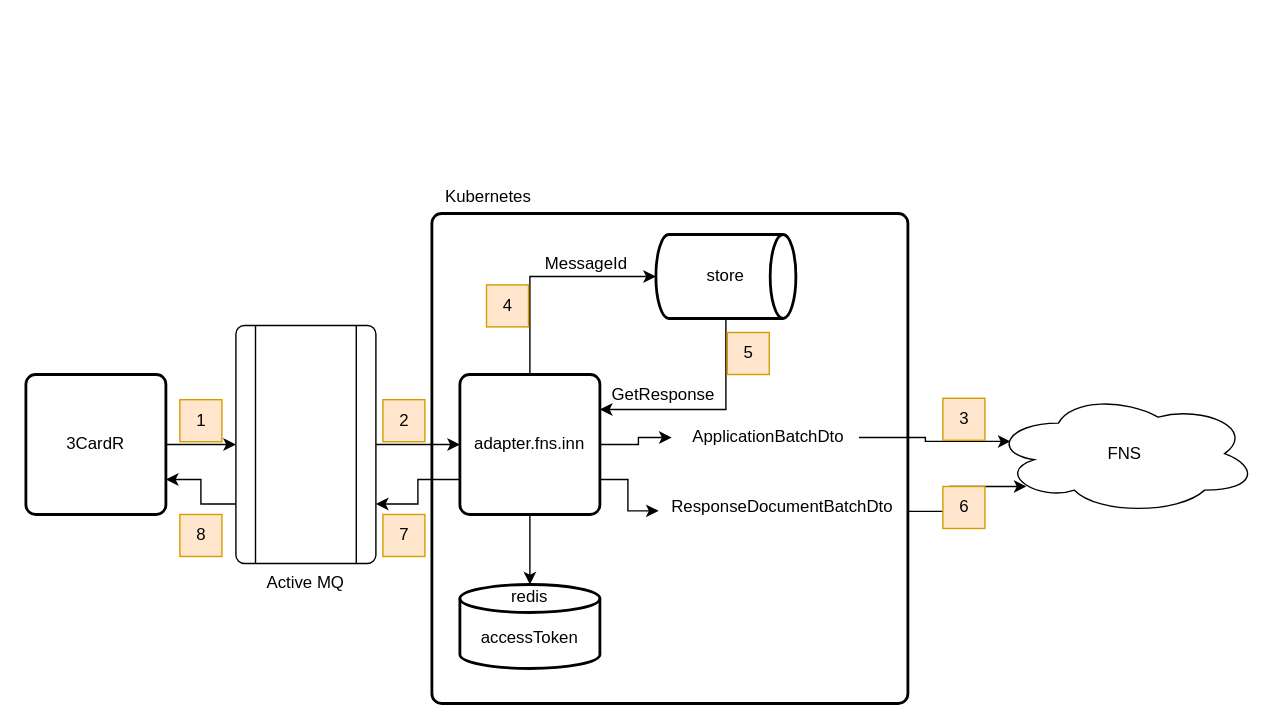
Above: docs/adapter-fns-inn.drawio in LenaLeonteva/OtusHW14Auth (draw.io), before the change. Source tidied: cells renumbered, new cells numbered last; positions are measured from the earlier drawing's top-left corner, leaving out a move shared by most shapes. Both pictures are drawn from the tidied source at 140%, with x=0, y=0 at pixel (25, 175).
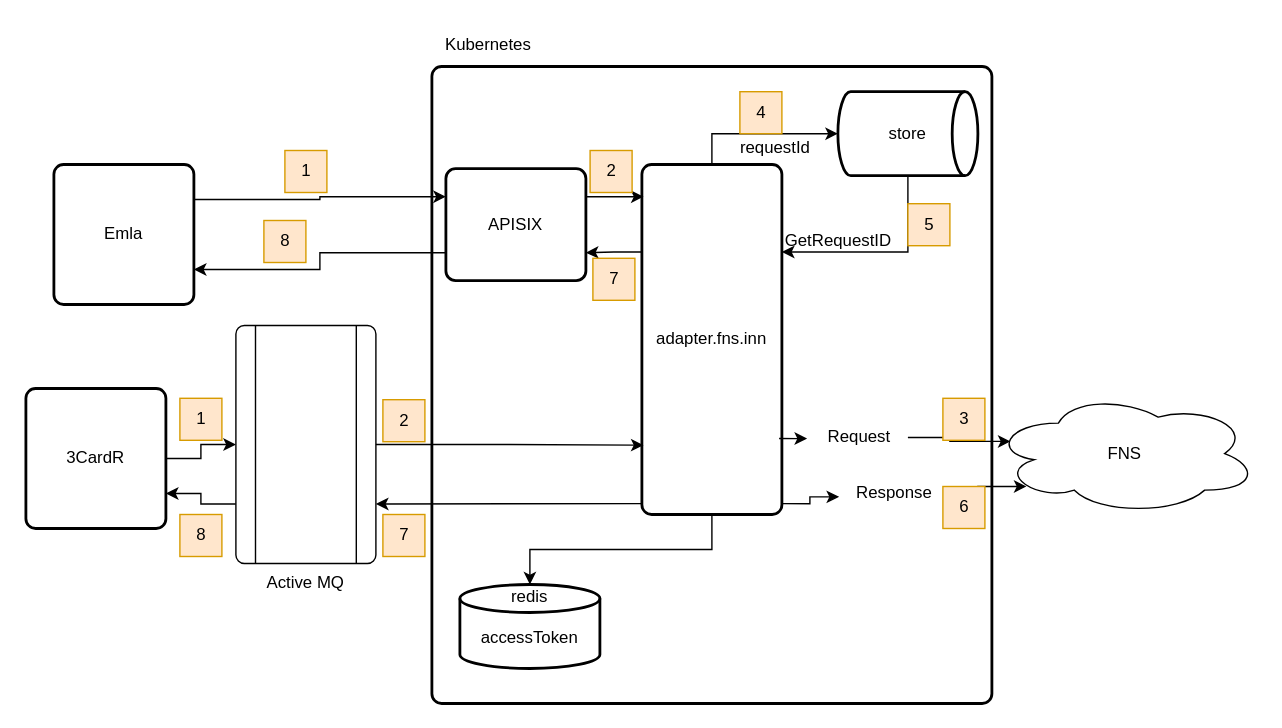
The same diagram, later.

Unchanged cells that the change refers to:
```xml
<mxCell id="5" value="Active MQ" style="verticalLabelPosition=bottom;verticalAlign=top;html=1;shape=process;whiteSpace=wrap;rounded=1;size=0.14;arcSize=6;" parent="1" vertex="1">
  <mxGeometry x="150" y="107" width="100" height="170" as="geometry" />
</mxCell>
```

The edit, as a diff of the source:
```diff
@@
     <mxCell id="3" value="3CardR" style="rounded=1;whiteSpace=wrap;html=1;absoluteArcSize=1;arcSize=14;strokeWidth=2;" parent="1" vertex="1">
-      <mxGeometry y="142" width="100" height="100" as="geometry" />
+      <mxGeometry y="152" width="100" height="100" as="geometry" />
     </mxCell>
@@
     <mxCell id="6" value="&lt;p style=&quot;line-height: 10%;&quot;&gt;&lt;br&gt;&lt;/p&gt;" style="rounded=1;whiteSpace=wrap;html=1;absoluteArcSize=1;arcSize=14;strokeWidth=2;align=right;" parent="1" vertex="1">
-      <mxGeometry x="290" y="27" width="340" height="350" as="geometry" />
+      <mxGeometry x="290" y="-78" width="400" height="455" as="geometry" />
     </mxCell>
@@
-    <mxCell id="8" style="edgeStyle=orthogonalEdgeStyle;rounded=0;jettySize=auto;html=1;exitX=0;exitY=0.75;exitDx=0;exitDy=0;entryX=1;entryY=0.75;entryDx=0;entryDy=0;" parent="1" edge="1" source="9" target="5">
+    <mxCell id="8" style="edgeStyle=orthogonalEdgeStyle;rounded=0;jettySize=auto;html=1;exitX=0.004;exitY=0.969;exitDx=0;exitDy=0;entryX=1;entryY=0.75;entryDx=0;entryDy=0;exitPerimeter=0;" parent="1" edge="1" source="9" target="5">
       <mxGeometry relative="1" as="geometry" />
     </mxCell>
+    <mxCell id="33" style="edgeStyle=orthogonalEdgeStyle;rounded=0;jettySize=auto;html=1;exitX=0;exitY=0.25;exitDx=0;exitDy=0;entryX=1;entryY=0.75;entryDx=0;entryDy=0;" parent="1" edge="1" source="9" target="37">
+      <mxGeometry relative="1" as="geometry" />
+    </mxCell>
     <mxCell id="9" value="adapter.fns.inn" style="rounded=1;whiteSpace=wrap;html=1;absoluteArcSize=1;arcSize=14;strokeWidth=2;" parent="1" vertex="1">
-      <mxGeometry x="310" y="142" width="100" height="100" as="geometry" />
+      <mxGeometry x="440" y="-8" width="100" height="250" as="geometry" />
     </mxCell>
     <mxCell id="10" value="Kubernetes" style="text;html=1;align=center;verticalAlign=middle;strokeColor=none;fillColor=none;" parent="1" vertex="1">
-      <mxGeometry x="290" width="80" height="30" as="geometry" />
+      <mxGeometry x="290" y="-108" width="80" height="30" as="geometry" />
     </mxCell>
@@
     <mxCell id="14" value="store" style="strokeWidth=2;html=1;shape=mxgraph.flowchart.direct_data;whiteSpace=wrap;" parent="1" vertex="1">
-      <mxGeometry x="450" y="42" width="100" height="60" as="geometry" />
+      <mxGeometry x="580" y="-60" width="100" height="60" as="geometry" />
     </mxCell>
-    <mxCell id="15" value="GetResponse" style="text;html=1;align=center;verticalAlign=middle;strokeColor=none;fillColor=none;rotation=0;" parent="1" vertex="1">
-      <mxGeometry x="405" y="142" width="100" height="30" as="geometry" />
+    <mxCell id="15" value="GetRequestID" style="text;html=1;align=center;verticalAlign=middle;strokeColor=none;fillColor=none;rotation=0;" parent="1" vertex="1">
+      <mxGeometry x="530" y="32" width="100" height="30" as="geometry" />
     </mxCell>
@@
-    <mxCell id="17" value="MessageId" style="text;html=1;align=center;verticalAlign=middle;strokeColor=none;fillColor=none;" parent="1" vertex="1">
-      <mxGeometry x="360" y="48" width="80" height="30" as="geometry" />
+    <mxCell id="17" value="requestId" style="text;html=1;align=center;verticalAlign=middle;strokeColor=none;fillColor=none;" parent="1" vertex="1">
+      <mxGeometry x="500" y="-35" width="70" height="30" as="geometry" />
     </mxCell>
-    <mxCell id="18" style="edgeStyle=orthogonalEdgeStyle;rounded=0;jettySize=auto;html=1;exitX=1;exitY=0.5;exitDx=0;exitDy=0;shadow=0;textShadow=0;" parent="1" edge="1" source="5" target="9">
+    <mxCell id="18" style="edgeStyle=orthogonalEdgeStyle;rounded=0;jettySize=auto;html=1;exitX=1;exitY=0.5;exitDx=0;exitDy=0;shadow=0;textShadow=0;entryX=0.012;entryY=0.802;entryDx=0;entryDy=0;entryPerimeter=0;" parent="1" edge="1" source="5" target="9">
       <mxGeometry relative="1" as="geometry" />
     </mxCell>
@@
-    <mxCell id="21" style="edgeStyle=orthogonalEdgeStyle;rounded=0;jettySize=auto;html=1;exitX=1;exitY=0.5;exitDx=0;exitDy=0;entryX=-0.029;entryY=0.5;entryDx=0;entryDy=0;entryPerimeter=0;" parent="1" edge="1" source="9" target="22">
+    <mxCell id="21" style="edgeStyle=orthogonalEdgeStyle;rounded=0;jettySize=auto;html=1;exitX=0.98;exitY=0.783;exitDx=0;exitDy=0;entryX=-0.029;entryY=0.5;entryDx=0;entryDy=0;entryPerimeter=0;exitPerimeter=0;" parent="1" edge="1" source="9" target="22">
       <mxGeometry relative="1" as="geometry" />
     </mxCell>
-    <mxCell id="22" value="ApplicationBatchDto" style="text;html=1;align=center;verticalAlign=middle;points=[];strokeColor=none;fillColor=none;" parent="1" vertex="1">
-      <mxGeometry x="465" y="172" width="130" height="30" as="geometry" />
+    <mxCell id="22" value="Request" style="text;html=1;align=center;verticalAlign=middle;points=[];strokeColor=none;fillColor=none;" parent="1" vertex="1">
+      <mxGeometry x="560" y="172" width="70" height="30" as="geometry" />
     </mxCell>
-    <mxCell id="23" style="edgeStyle=orthogonalEdgeStyle;rounded=0;jettySize=auto;html=1;exitX=1;exitY=0.75;exitDx=0;exitDy=0;entryX=0.011;entryY=0.58;entryDx=0;entryDy=0;entryPerimeter=0;" parent="1" edge="1" source="9" target="24">
+    <mxCell id="23" style="edgeStyle=orthogonalEdgeStyle;rounded=0;jettySize=auto;html=1;entryX=0.011;entryY=0.58;entryDx=0;entryDy=0;entryPerimeter=0;exitX=1.004;exitY=0.969;exitDx=0;exitDy=0;exitPerimeter=0;" parent="1" edge="1" source="9" target="24">
       <mxGeometry relative="1" as="geometry" />
     </mxCell>
-    <mxCell id="24" value="ResponseDocumentBatchDto" style="text;html=1;align=center;verticalAlign=middle;points=[];strokeColor=none;fillColor=none;" parent="1" vertex="1">
-      <mxGeometry x="450" y="222" width="180" height="30" as="geometry" />
+    <mxCell id="24" value="Response" style="text;html=1;align=center;verticalAlign=middle;points=[];strokeColor=none;fillColor=none;" parent="1" vertex="1">
+      <mxGeometry x="580" y="212" width="80" height="30" as="geometry" />
     </mxCell>
     <mxCell id="25" value="1" style="text;html=1;align=center;verticalAlign=middle;strokeColor=#d79b00;fillColor=#ffe6cc;" parent="1" vertex="1">
-      <mxGeometry x="110" y="160" width="30" height="30" as="geometry" />
+      <mxGeometry x="185" y="-18" width="30" height="30" as="geometry" />
     </mxCell>
@@
     <mxCell id="28" value="4" style="text;html=1;align=center;verticalAlign=middle;strokeColor=#d79b00;fillColor=#ffe6cc;" parent="1" vertex="1">
-      <mxGeometry x="329" y="78" width="30" height="30" as="geometry" />
+      <mxGeometry x="510" y="-60" width="30" height="30" as="geometry" />
     </mxCell>
     <mxCell id="29" value="5" style="text;html=1;align=center;verticalAlign=middle;strokeColor=#d79b00;fillColor=#ffe6cc;" parent="1" vertex="1">
-      <mxGeometry x="501" y="112" width="30" height="30" as="geometry" />
+      <mxGeometry x="630" y="20" width="30" height="30" as="geometry" />
     </mxCell>
@@
+    <mxCell id="34" style="edgeStyle=orthogonalEdgeStyle;rounded=0;jettySize=auto;html=1;exitX=1;exitY=0.25;exitDx=0;exitDy=0;entryX=0;entryY=0.25;entryDx=0;entryDy=0;" parent="1" edge="1" source="35" target="37">
+      <mxGeometry relative="1" as="geometry" />
+    </mxCell>
+    <mxCell id="35" value="Emla" style="rounded=1;whiteSpace=wrap;html=1;absoluteArcSize=1;arcSize=14;strokeWidth=2;" parent="1" vertex="1">
+      <mxGeometry x="20" y="-8" width="100" height="100" as="geometry" />
+    </mxCell>
+    <mxCell id="36" style="edgeStyle=orthogonalEdgeStyle;rounded=0;jettySize=auto;html=1;exitX=0;exitY=0.75;exitDx=0;exitDy=0;entryX=1;entryY=0.75;entryDx=0;entryDy=0;" parent="1" edge="1" source="37" target="35">
+      <mxGeometry relative="1" as="geometry" />
+    </mxCell>
+    <mxCell id="37" value="APISIX" style="rounded=1;whiteSpace=wrap;html=1;absoluteArcSize=1;arcSize=14;strokeWidth=2;" parent="1" vertex="1">
+      <mxGeometry x="300" y="-5" width="100" height="80" as="geometry" />
+    </mxCell>
+    <mxCell id="38" style="edgeStyle=orthogonalEdgeStyle;rounded=0;jettySize=auto;html=1;exitX=1;exitY=0.25;exitDx=0;exitDy=0;entryX=0.012;entryY=0.092;entryDx=0;entryDy=0;entryPerimeter=0;" parent="1" edge="1" source="37" target="9">
+      <mxGeometry relative="1" as="geometry" />
+    </mxCell>
+    <mxCell id="39" value="1" style="text;html=1;align=center;verticalAlign=middle;strokeColor=#d79b00;fillColor=#ffe6cc;" parent="1" vertex="1">
+      <mxGeometry x="110" y="159" width="30" height="30" as="geometry" />
+    </mxCell>
+    <mxCell id="40" value="2" style="text;html=1;align=center;verticalAlign=middle;strokeColor=#d79b00;fillColor=#ffe6cc;" parent="1" vertex="1">
+      <mxGeometry x="403" y="-18" width="30" height="30" as="geometry" />
+    </mxCell>
+    <mxCell id="41" value="8" style="text;html=1;align=center;verticalAlign=middle;strokeColor=#d79b00;fillColor=#ffe6cc;" parent="1" vertex="1">
+      <mxGeometry x="170" y="32" width="30" height="30" as="geometry" />
+    </mxCell>
+    <mxCell id="42" value="7" style="text;html=1;align=center;verticalAlign=middle;strokeColor=#d79b00;fillColor=#ffe6cc;" parent="1" vertex="1">
+      <mxGeometry x="405" y="59" width="30" height="30" as="geometry" />
+    </mxCell>
```
